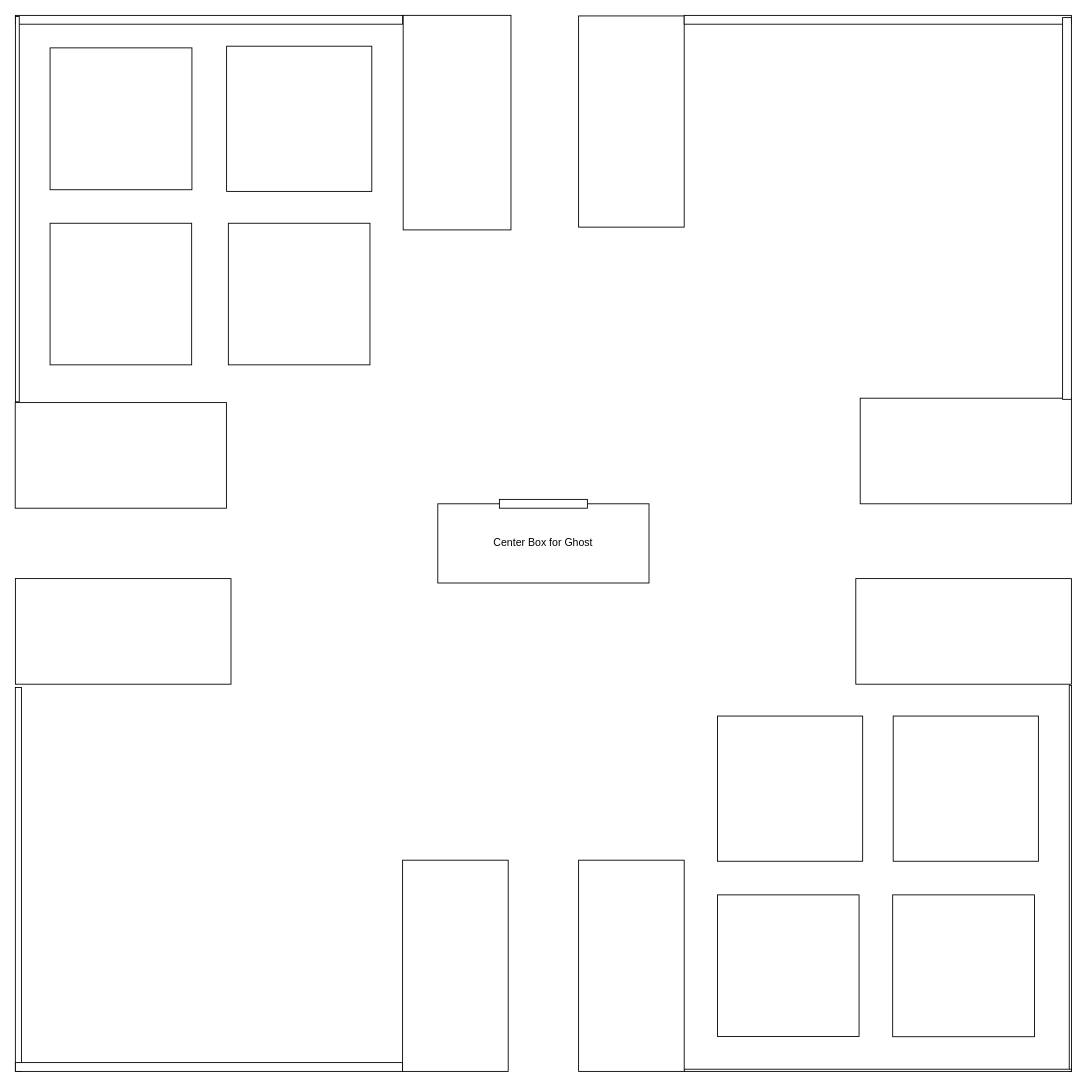
The draw.io diagram Map for Pacman.drawio in HeMan-Sigmar/CPP---Code-Design-and-Data-Structures, before the edit. Source tidied: cells renumbered, new cells numbered last; positions are measured from the earlier drawing's top-left corner, leaving out a move shared by most shapes. Both pictures are drawn from the tidied source at 88%, with x=0, y=0 at pixel (-176, 15).
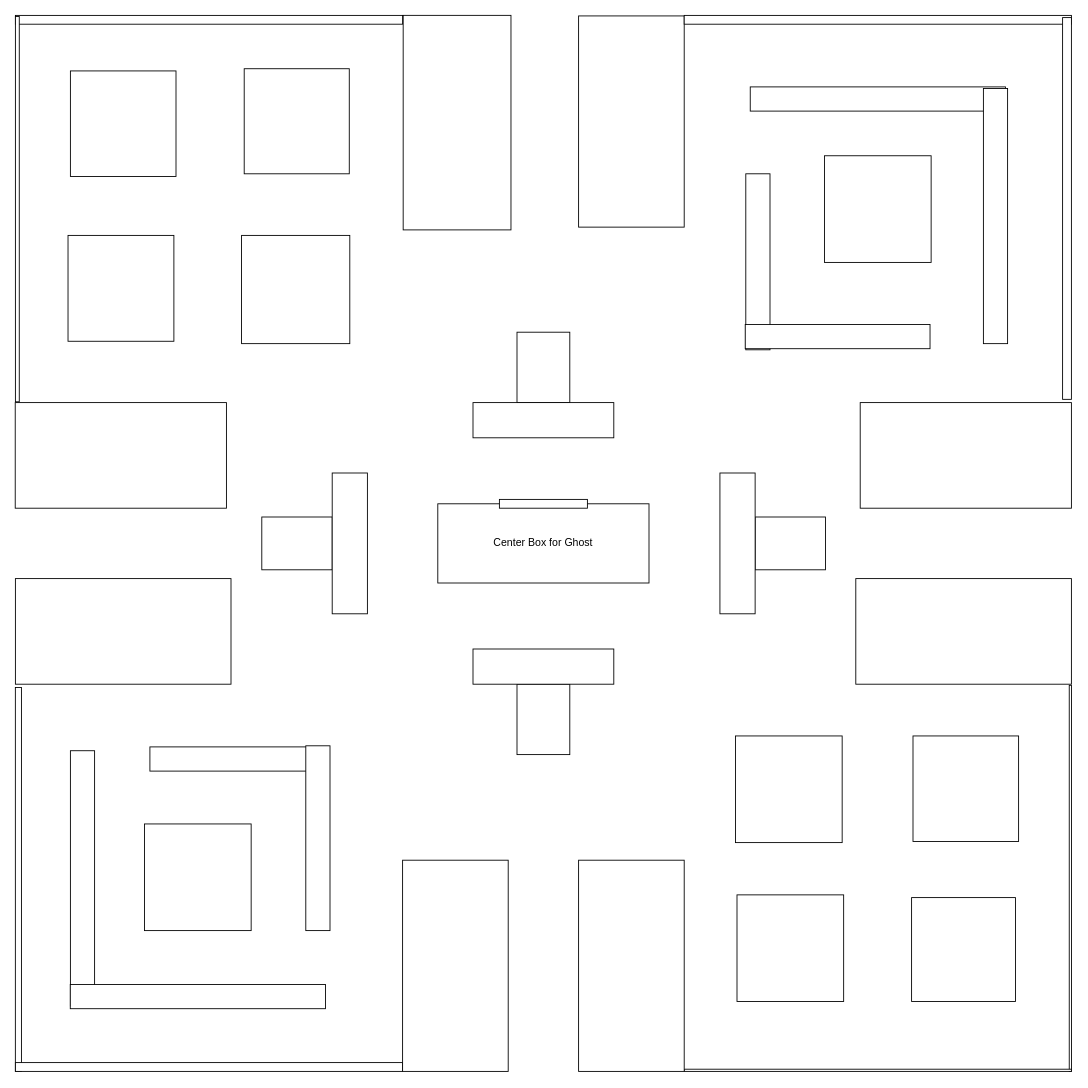
Above is the later version.

Change to the diagram source:
```diff
@@
     <mxCell id="13" style="rounded=0;whiteSpace=wrap;html=1;rotation=-180;direction=east;" parent="1" vertex="1">
-      <mxGeometry x="1177" y="435" width="240" height="120" as="geometry" />
+      <mxGeometry x="1177" y="440" width="240" height="120" as="geometry" />
     </mxCell>
@@
     <mxCell id="18" style="whiteSpace=wrap;html=1;" parent="1" vertex="1">
-      <mxGeometry x="256.4" y="36.9" width="161.2" height="161.2" as="geometry" />
+      <mxGeometry x="477" y="60.6" width="119.4" height="119.4" as="geometry" />
     </mxCell>
     <mxCell id="19" style="whiteSpace=wrap;html=1;" parent="1" vertex="1">
-      <mxGeometry x="457" y="35" width="165" height="165" as="geometry" />
+      <mxGeometry x="279.5" y="63.1" width="120" height="120" as="geometry" />
     </mxCell>
     <mxCell id="20" style="whiteSpace=wrap;html=1;" parent="1" vertex="1">
-      <mxGeometry x="256.4" y="236.2" width="160.9" height="160.9" as="geometry" />
+      <mxGeometry x="276.8" y="250" width="120.3" height="120.3" as="geometry" />
     </mxCell>
     <mxCell id="21" style="whiteSpace=wrap;html=1;" parent="1" vertex="1">
-      <mxGeometry x="1213.9" y="999.4" width="161.2" height="161.2" as="geometry" />
+      <mxGeometry x="1235.4" y="1002.5" width="118.1" height="118.1" as="geometry" />
     </mxCell>
     <mxCell id="22" style="whiteSpace=wrap;html=1;" parent="1" vertex="1">
-      <mxGeometry x="1214.5" y="796.2" width="165" height="165" as="geometry" />
+      <mxGeometry x="1035.3" y="818.8" width="121.2" height="121.2" as="geometry" />
     </mxCell>
     <mxCell id="23" style="whiteSpace=wrap;html=1;" parent="1" vertex="1">
-      <mxGeometry x="1014.8" y="999.4" width="160.9" height="160.9" as="geometry" />
+      <mxGeometry x="1037" y="999.4" width="121.2" height="121.2" as="geometry" />
     </mxCell>
     <mxCell id="24" style="whiteSpace=wrap;html=1;" parent="1" vertex="1">
-      <mxGeometry x="459" y="236.2" width="160.9" height="160.9" as="geometry" />
+      <mxGeometry x="474" y="250" width="123" height="123" as="geometry" />
     </mxCell>
     <mxCell id="25" style="whiteSpace=wrap;html=1;" parent="1" vertex="1">
-      <mxGeometry x="1014.8" y="796.2" width="165" height="165" as="geometry" />
+      <mxGeometry x="1237" y="818.8" width="120" height="120" as="geometry" />
     </mxCell>
@@
+    <mxCell id="28" style="rounded=0;whiteSpace=wrap;html=1;" parent="1" vertex="1">
+      <mxGeometry x="497" y="570" width="80" height="60" as="geometry" />
+    </mxCell>
+    <mxCell id="29" style="rounded=0;whiteSpace=wrap;html=1;" parent="1" vertex="1">
+      <mxGeometry x="577" y="520" width="40" height="160" as="geometry" />
+    </mxCell>
+    <mxCell id="30" style="rounded=0;whiteSpace=wrap;html=1;" parent="1" vertex="1">
+      <mxGeometry x="1057.6" y="570" width="80" height="60" as="geometry" />
+    </mxCell>
+    <mxCell id="31" style="rounded=0;whiteSpace=wrap;html=1;" parent="1" vertex="1">
+      <mxGeometry x="1017.6" y="520" width="40" height="160" as="geometry" />
+    </mxCell>
+    <mxCell id="32" style="rounded=0;whiteSpace=wrap;html=1;direction=south;" parent="1" vertex="1">
+      <mxGeometry x="787" y="760" width="60" height="80" as="geometry" />
+    </mxCell>
+    <mxCell id="33" style="rounded=0;whiteSpace=wrap;html=1;direction=south;" parent="1" vertex="1">
+      <mxGeometry x="737" y="720" width="160" height="40" as="geometry" />
+    </mxCell>
+    <mxCell id="34" style="rounded=0;whiteSpace=wrap;html=1;direction=south;" parent="1" vertex="1">
+      <mxGeometry x="787" y="360" width="60" height="80" as="geometry" />
+    </mxCell>
+    <mxCell id="35" style="rounded=0;whiteSpace=wrap;html=1;direction=south;" parent="1" vertex="1">
+      <mxGeometry x="737" y="440" width="160" height="40" as="geometry" />
+    </mxCell>
+    <mxCell id="36" style="rounded=0;whiteSpace=wrap;html=1;" parent="1" vertex="1">
+      <mxGeometry x="279.5" y="835.6" width="27.5" height="290" as="geometry" />
+    </mxCell>
+    <mxCell id="37" style="rounded=0;whiteSpace=wrap;html=1;rotation=90;" parent="1" vertex="1">
+      <mxGeometry x="410.6" y="970" width="27.5" height="290" as="geometry" />
+    </mxCell>
+    <mxCell id="38" style="rounded=0;whiteSpace=wrap;html=1;rotation=90;" parent="1" vertex="1">
+      <mxGeometry x="456.1" y="745" width="27.5" height="200" as="geometry" />
+    </mxCell>
+    <mxCell id="39" style="rounded=0;whiteSpace=wrap;html=1;rotation=-180;" parent="1" vertex="1">
+      <mxGeometry x="547" y="830" width="27.5" height="210" as="geometry" />
+    </mxCell>
+    <mxCell id="40" style="whiteSpace=wrap;html=1;" parent="1" vertex="1">
+      <mxGeometry x="363.7" y="918.8" width="121.2" height="121.2" as="geometry" />
+    </mxCell>
+    <mxCell id="41" style="rounded=0;whiteSpace=wrap;html=1;rotation=-180;" parent="1" vertex="1">
+      <mxGeometry x="1047" y="180" width="27.5" height="200" as="geometry" />
+    </mxCell>
+    <mxCell id="42" style="rounded=0;whiteSpace=wrap;html=1;rotation=-90;" parent="1" vertex="1">
+      <mxGeometry x="1137.6" y="260" width="27.5" height="210" as="geometry" />
+    </mxCell>
+    <mxCell id="43" style="whiteSpace=wrap;html=1;" parent="1" vertex="1">
+      <mxGeometry x="1136.4" y="159.5" width="121.2" height="121.2" as="geometry" />
+    </mxCell>
+    <mxCell id="44" style="rounded=0;whiteSpace=wrap;html=1;rotation=90;" parent="1" vertex="1">
+      <mxGeometry x="1183.3" y="-50" width="27.5" height="290" as="geometry" />
+    </mxCell>
+    <mxCell id="45" style="rounded=0;whiteSpace=wrap;html=1;rotation=-180;" parent="1" vertex="1">
+      <mxGeometry x="1317" y="83" width="27.5" height="290" as="geometry" />
+    </mxCell>
```
